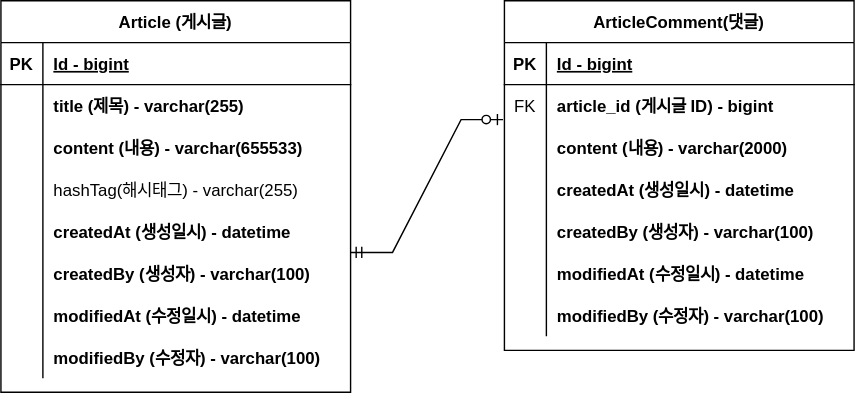
Before: create-board-practice/document/project-board.drawio.svg, a diagram exported from draw.io (Kim-woo-gyeong/web-develop-with-spring2). Source tidied: cells renumbered, new cells last; positions are measured from the earlier drawing's top-left corner, leaving out a move shared by most shapes. The source it was exported from:
```xml
<mxGraphModel>
  <root>
    <mxCell id="0" />
    <mxCell id="1" parent="0" />
    <mxCell id="2" value="Article (게시글)" style="shape=table;startSize=30;rowLines=0;fontStyle=1;align=center;" parent="1" vertex="1">
      <mxGeometry width="250" height="280" as="geometry" />
    </mxCell>
    <mxCell id="3" style="shape=partialRectangle;fillColor=none;top=0;left=0;right=0;bottom=1;" parent="2" vertex="1">
      <mxGeometry y="30" width="250" height="30" as="geometry" />
    </mxCell>
    <mxCell id="4" value="PK" style="shape=partialRectangle;overflow=hidden;fillColor=none;top=0;left=0;bottom=0;right=0;fontStyle=1;" parent="3" vertex="1">
      <mxGeometry width="30" height="30" as="geometry" />
    </mxCell>
    <mxCell id="5" value="Id - bigint" style="shape=partialRectangle;overflow=hidden;fillColor=none;top=0;left=0;bottom=0;right=0;align=left;spacingLeft=6;fontStyle=5;" parent="3" vertex="1">
      <mxGeometry x="30" width="220" height="30" as="geometry" />
    </mxCell>
    <mxCell id="6" style="shape=partialRectangle;fillColor=none;top=0;left=0;right=0;bottom=0;" parent="2" vertex="1">
      <mxGeometry y="60" width="250" height="30" as="geometry" />
    </mxCell>
    <mxCell id="7" style="shape=partialRectangle;overflow=hidden;fillColor=none;top=0;left=0;bottom=0;right=0;" parent="6" vertex="1">
      <mxGeometry width="30" height="30" as="geometry" />
    </mxCell>
    <mxCell id="8" value="title (제목) - varchar(255)" style="shape=partialRectangle;overflow=hidden;fillColor=none;top=0;left=0;bottom=0;right=0;align=left;spacingLeft=6;fontStyle=1;" parent="6" vertex="1">
      <mxGeometry x="30" width="220" height="30" as="geometry" />
    </mxCell>
    <mxCell id="9" style="shape=partialRectangle;fillColor=none;top=0;left=0;right=0;bottom=0;" parent="2" vertex="1">
      <mxGeometry y="90" width="250" height="30" as="geometry" />
    </mxCell>
    <mxCell id="10" style="shape=partialRectangle;overflow=hidden;fillColor=none;top=0;left=0;bottom=0;right=0;" parent="9" vertex="1">
      <mxGeometry width="30" height="30" as="geometry" />
    </mxCell>
    <mxCell id="11" value="content (내용) - varchar(655533)" style="shape=partialRectangle;overflow=hidden;fillColor=none;top=0;left=0;bottom=0;right=0;align=left;spacingLeft=6;fontStyle=1;" parent="9" vertex="1">
      <mxGeometry x="30" width="220" height="30" as="geometry" />
    </mxCell>
    <mxCell id="12" style="shape=partialRectangle;fillColor=none;top=0;left=0;right=0;bottom=0;" parent="2" vertex="1">
      <mxGeometry y="120" width="250" height="30" as="geometry" />
    </mxCell>
    <mxCell id="13" style="shape=partialRectangle;overflow=hidden;fillColor=none;top=0;left=0;bottom=0;right=0;" parent="12" vertex="1">
      <mxGeometry width="30" height="30" as="geometry" />
    </mxCell>
    <mxCell id="14" value="hashTag(해시태그) - varchar(255)" style="shape=partialRectangle;overflow=hidden;fillColor=none;top=0;left=0;bottom=0;right=0;align=left;spacingLeft=6;" parent="12" vertex="1">
      <mxGeometry x="30" width="220" height="30" as="geometry" />
    </mxCell>
    <mxCell id="15" style="shape=partialRectangle;fillColor=none;top=0;left=0;right=0;bottom=0;" parent="2" vertex="1">
      <mxGeometry y="150" width="250" height="30" as="geometry" />
    </mxCell>
    <mxCell id="16" style="shape=partialRectangle;overflow=hidden;fillColor=none;top=0;left=0;bottom=0;right=0;" parent="15" vertex="1">
      <mxGeometry width="30" height="30" as="geometry" />
    </mxCell>
    <mxCell id="17" value="createdAt (생성일시) - datetime" style="shape=partialRectangle;overflow=hidden;fillColor=none;top=0;left=0;bottom=0;right=0;align=left;spacingLeft=6;fontStyle=1;" parent="15" vertex="1">
      <mxGeometry x="30" width="220" height="30" as="geometry" />
    </mxCell>
    <mxCell id="18" style="shape=partialRectangle;fillColor=none;top=0;left=0;right=0;bottom=0;" parent="2" vertex="1">
      <mxGeometry y="180" width="250" height="30" as="geometry" />
    </mxCell>
    <mxCell id="19" style="shape=partialRectangle;overflow=hidden;fillColor=none;top=0;left=0;bottom=0;right=0;" parent="18" vertex="1">
      <mxGeometry width="30" height="30" as="geometry" />
    </mxCell>
    <mxCell id="20" value="createdBy (생성자) - varchar(100)" style="shape=partialRectangle;overflow=hidden;fillColor=none;top=0;left=0;bottom=0;right=0;align=left;spacingLeft=6;fontStyle=1;" parent="18" vertex="1">
      <mxGeometry x="30" width="220" height="30" as="geometry" />
    </mxCell>
    <mxCell id="21" style="shape=partialRectangle;fillColor=none;top=0;left=0;right=0;bottom=0;" parent="2" vertex="1">
      <mxGeometry y="210" width="250" height="30" as="geometry" />
    </mxCell>
    <mxCell id="22" style="shape=partialRectangle;overflow=hidden;fillColor=none;top=0;left=0;bottom=0;right=0;" parent="21" vertex="1">
      <mxGeometry width="30" height="30" as="geometry" />
    </mxCell>
    <mxCell id="23" value="modifiedAt (수정일시) - datetime" style="shape=partialRectangle;overflow=hidden;fillColor=none;top=0;left=0;bottom=0;right=0;align=left;spacingLeft=6;fontStyle=1;" parent="21" vertex="1">
      <mxGeometry x="30" width="220" height="30" as="geometry" />
    </mxCell>
    <mxCell id="24" style="shape=partialRectangle;fillColor=none;top=0;left=0;right=0;bottom=0;" parent="2" vertex="1">
      <mxGeometry y="240" width="250" height="30" as="geometry" />
    </mxCell>
    <mxCell id="25" style="shape=partialRectangle;overflow=hidden;fillColor=none;top=0;left=0;bottom=0;right=0;" parent="24" vertex="1">
      <mxGeometry width="30" height="30" as="geometry" />
    </mxCell>
    <mxCell id="26" value="modifiedBy (수정자) - varchar(100)" style="shape=partialRectangle;overflow=hidden;fillColor=none;top=0;left=0;bottom=0;right=0;align=left;spacingLeft=6;fontStyle=1;" parent="24" vertex="1">
      <mxGeometry x="30" width="220" height="30" as="geometry" />
    </mxCell>
    <mxCell id="27" value="ArticleComment(댓글)" style="shape=table;startSize=30;rowLines=0;fontStyle=1;align=center;" parent="1" vertex="1">
      <mxGeometry x="360" width="250" height="250" as="geometry" />
    </mxCell>
    <mxCell id="28" style="shape=partialRectangle;fillColor=none;top=0;left=0;right=0;bottom=1;" parent="27" vertex="1">
      <mxGeometry y="30" width="250" height="30" as="geometry" />
    </mxCell>
    <mxCell id="29" value="PK" style="shape=partialRectangle;overflow=hidden;fillColor=none;top=0;left=0;bottom=0;right=0;fontStyle=1;" parent="28" vertex="1">
      <mxGeometry width="30" height="30" as="geometry" />
    </mxCell>
    <mxCell id="30" value="Id - bigint" style="shape=partialRectangle;overflow=hidden;fillColor=none;top=0;left=0;bottom=0;right=0;align=left;spacingLeft=6;fontStyle=5;" parent="28" vertex="1">
      <mxGeometry x="30" width="220" height="30" as="geometry" />
    </mxCell>
    <mxCell id="31" style="shape=partialRectangle;fillColor=none;top=0;left=0;right=0;bottom=0;" parent="27" vertex="1">
      <mxGeometry y="60" width="250" height="30" as="geometry" />
    </mxCell>
    <mxCell id="32" value="FK" style="shape=partialRectangle;overflow=hidden;fillColor=none;top=0;left=0;bottom=0;right=0;" parent="31" vertex="1">
      <mxGeometry width="30" height="30" as="geometry" />
    </mxCell>
    <mxCell id="33" value="article_id (게시글 ID) - bigint" style="shape=partialRectangle;overflow=hidden;fillColor=none;top=0;left=0;bottom=0;right=0;align=left;spacingLeft=6;fontStyle=1;" parent="31" vertex="1">
      <mxGeometry x="30" width="220" height="30" as="geometry" />
    </mxCell>
    <mxCell id="34" style="shape=partialRectangle;fillColor=none;top=0;left=0;right=0;bottom=0;" parent="27" vertex="1">
      <mxGeometry y="90" width="250" height="30" as="geometry" />
    </mxCell>
    <mxCell id="35" style="shape=partialRectangle;overflow=hidden;fillColor=none;top=0;left=0;bottom=0;right=0;" parent="34" vertex="1">
      <mxGeometry width="30" height="30" as="geometry" />
    </mxCell>
    <mxCell id="36" value="content (내용) - varchar(2000)" style="shape=partialRectangle;overflow=hidden;fillColor=none;top=0;left=0;bottom=0;right=0;align=left;spacingLeft=6;fontStyle=1;" parent="34" vertex="1">
      <mxGeometry x="30" width="220" height="30" as="geometry" />
    </mxCell>
    <mxCell id="37" style="shape=partialRectangle;fillColor=none;top=0;left=0;right=0;bottom=0;" parent="27" vertex="1">
      <mxGeometry y="120" width="250" height="30" as="geometry" />
    </mxCell>
    <mxCell id="38" style="shape=partialRectangle;overflow=hidden;fillColor=none;top=0;left=0;bottom=0;right=0;" parent="37" vertex="1">
      <mxGeometry width="30" height="30" as="geometry" />
    </mxCell>
    <mxCell id="39" value="createdAt (생성일시) - datetime" style="shape=partialRectangle;overflow=hidden;fillColor=none;top=0;left=0;bottom=0;right=0;align=left;spacingLeft=6;fontStyle=1;" parent="37" vertex="1">
      <mxGeometry x="30" width="220" height="30" as="geometry" />
    </mxCell>
    <mxCell id="40" style="shape=partialRectangle;fillColor=none;top=0;left=0;right=0;bottom=0;" parent="27" vertex="1">
      <mxGeometry y="150" width="250" height="30" as="geometry" />
    </mxCell>
    <mxCell id="41" style="shape=partialRectangle;overflow=hidden;fillColor=none;top=0;left=0;bottom=0;right=0;" parent="40" vertex="1">
      <mxGeometry width="30" height="30" as="geometry" />
    </mxCell>
    <mxCell id="42" value="createdBy (생성자) - varchar(100)" style="shape=partialRectangle;overflow=hidden;fillColor=none;top=0;left=0;bottom=0;right=0;align=left;spacingLeft=6;fontStyle=1;" parent="40" vertex="1">
      <mxGeometry x="30" width="220" height="30" as="geometry" />
    </mxCell>
    <mxCell id="43" style="shape=partialRectangle;fillColor=none;top=0;left=0;right=0;bottom=0;" parent="27" vertex="1">
      <mxGeometry y="180" width="250" height="30" as="geometry" />
    </mxCell>
    <mxCell id="44" style="shape=partialRectangle;overflow=hidden;fillColor=none;top=0;left=0;bottom=0;right=0;" parent="43" vertex="1">
      <mxGeometry width="30" height="30" as="geometry" />
    </mxCell>
    <mxCell id="45" value="modifiedAt (수정일시) - datetime" style="shape=partialRectangle;overflow=hidden;fillColor=none;top=0;left=0;bottom=0;right=0;align=left;spacingLeft=6;fontStyle=1;" parent="43" vertex="1">
      <mxGeometry x="30" width="220" height="30" as="geometry" />
    </mxCell>
    <mxCell id="46" style="shape=partialRectangle;fillColor=none;top=0;left=0;right=0;bottom=0;" parent="27" vertex="1">
      <mxGeometry y="210" width="250" height="30" as="geometry" />
    </mxCell>
    <mxCell id="47" style="shape=partialRectangle;overflow=hidden;fillColor=none;top=0;left=0;bottom=0;right=0;" parent="46" vertex="1">
      <mxGeometry width="30" height="30" as="geometry" />
    </mxCell>
    <mxCell id="48" value="modifiedBy (수정자) - varchar(100)" style="shape=partialRectangle;overflow=hidden;fillColor=none;top=0;left=0;bottom=0;right=0;align=left;spacingLeft=6;fontStyle=1;" parent="46" vertex="1">
      <mxGeometry x="30" width="220" height="30" as="geometry" />
    </mxCell>
    <mxCell id="49" style="edgeStyle=entityRelationEdgeStyle;fontSize=12;html=1;endArrow=ERzeroToOne;startArrow=ERmandOne;rounded=0;" parent="1" edge="1">
      <mxGeometry relative="1" as="geometry">
        <mxPoint x="250" y="180" as="sourcePoint" />
        <mxPoint x="359" y="85" as="targetPoint" />
      </mxGeometry>
    </mxCell>
  </root>
</mxGraphModel>
```
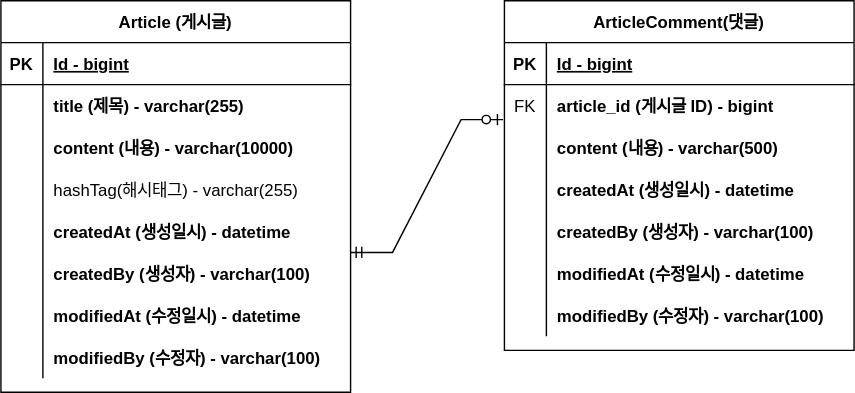
Later version of the same file.

Change to the diagram source:
```diff
@@ -29,7 +29,7 @@
     <mxCell id="10" style="shape=partialRectangle;overflow=hidden;fillColor=none;top=0;left=0;bottom=0;right=0;" parent="9" vertex="1">
       <mxGeometry width="30" height="30" as="geometry" />
     </mxCell>
-    <mxCell id="11" value="content (내용) - varchar(655533)" style="shape=partialRectangle;overflow=hidden;fillColor=none;top=0;left=0;bottom=0;right=0;align=left;spacingLeft=6;fontStyle=1;" parent="9" vertex="1">
+    <mxCell id="11" value="content (내용) - varchar(10000)" style="shape=partialRectangle;overflow=hidden;fillColor=none;top=0;left=0;bottom=0;right=0;align=left;spacingLeft=6;fontStyle=1;" parent="9" vertex="1">
       <mxGeometry x="30" width="220" height="30" as="geometry" />
     </mxCell>
     <mxCell id="12" style="shape=partialRectangle;fillColor=none;top=0;left=0;right=0;bottom=0;" parent="2" vertex="1">
@@ -104,7 +104,7 @@
     <mxCell id="35" style="shape=partialRectangle;overflow=hidden;fillColor=none;top=0;left=0;bottom=0;right=0;" parent="34" vertex="1">
       <mxGeometry width="30" height="30" as="geometry" />
     </mxCell>
-    <mxCell id="36" value="content (내용) - varchar(2000)" style="shape=partialRectangle;overflow=hidden;fillColor=none;top=0;left=0;bottom=0;right=0;align=left;spacingLeft=6;fontStyle=1;" parent="34" vertex="1">
+    <mxCell id="36" value="content (내용) - varchar(500)" style="shape=partialRectangle;overflow=hidden;fillColor=none;top=0;left=0;bottom=0;right=0;align=left;spacingLeft=6;fontStyle=1;" parent="34" vertex="1">
       <mxGeometry x="30" width="220" height="30" as="geometry" />
     </mxCell>
     <mxCell id="37" style="shape=partialRectangle;fillColor=none;top=0;left=0;right=0;bottom=0;" parent="27" vertex="1">
```
